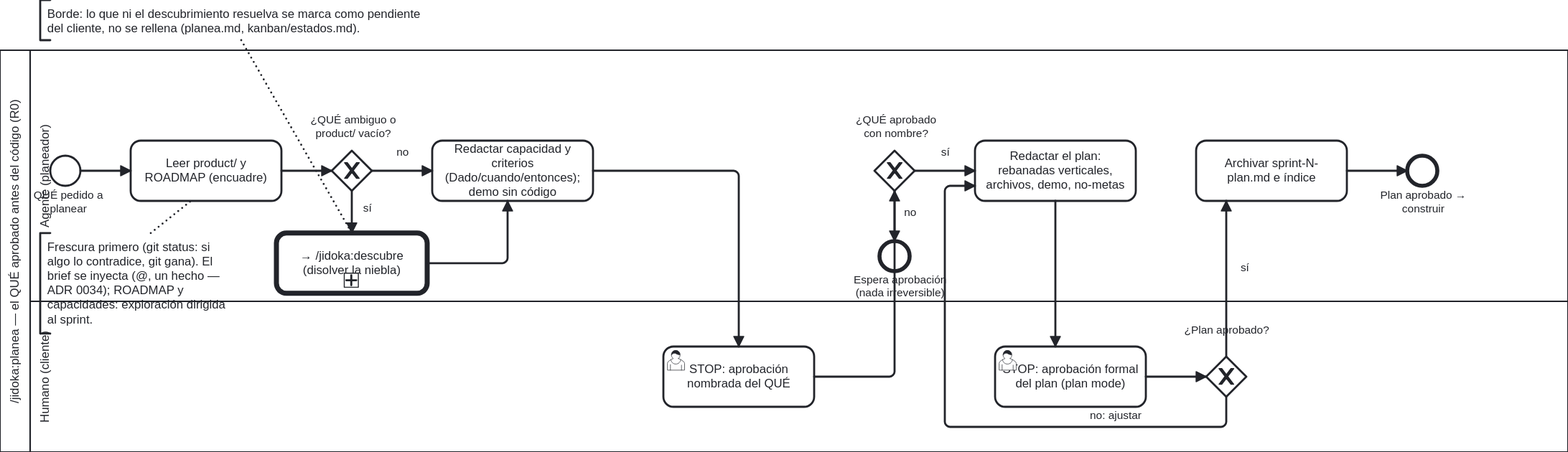
Earlier version of the BPMN export docs/atlas/render/12-planea-as-is.svg (ArmandoMedina/jidoka). Its source is kept beside it as docs/atlas/10-ritual/12-planea-as-is.bpmn. Ids are renumbered. The source it was exported from:
```xml
<bpmn:definitions xmlns:bpmn="http://www.omg.org/spec/BPMN/20100524/MODEL" xmlns:bpmndi="http://www.omg.org/spec/BPMN/20100524/DI" xmlns:dc="http://www.omg.org/spec/DD/20100524/DC" xmlns:di="http://www.omg.org/spec/DD/20100524/DI" xmlns:xsi="http://www.w3.org/2001/XMLSchema-instance" id="Definitions_12_Planea" targetNamespace="https://github.com/ArmandoMedina/jidoka/process-atlas" exporter="Jidoka Atlas" exporterVersion="0.3" xmlns:modeler="http://camunda.org/schema/modeler/1.0" modeler:executionPlatform="Camunda Platform" modeler:executionPlatformVersion="7.18.0">
  <bpmn:collaboration id="Collab_Planea">
    <bpmn:participant id="Pool_Planea" name="/jidoka:planea — el QUÉ aprobado antes del código (R0)" processRef="Process_Planea"/>
  </bpmn:collaboration>
  <bpmn:process id="Process_Planea" name="/jidoka:planea — diseñar el sprint con R0 y STOP" isExecutable="false">
    <bpmn:documentation>Fuente: .claude/commands/jidoka/planea.md. Carriles: el Agente lee, redacta y planea; el Humano aprueba DOS veces — el QUÉ con nombre antes del CÓMO (R0), y el plan formal (plan mode) antes de archivarlo ("al aprobarse, el plan se archiva"). Un plan rechazado se ajusta y se re-presenta, no se archiva.</bpmn:documentation>
    <bpmn:laneSet id="LaneSet_Planea">
      <bpmn:lane id="Lane_Agente" name="Agente (planeador)">
        <bpmn:flowNodeRef>Start</bpmn:flowNodeRef>
        <bpmn:flowNodeRef>T_Leer</bpmn:flowNodeRef>
        <bpmn:flowNodeRef>Gw_Niebla</bpmn:flowNodeRef>
        <bpmn:flowNodeRef>T_Criterios</bpmn:flowNodeRef>
        <bpmn:flowNodeRef>Gw_Aprob</bpmn:flowNodeRef>
        <bpmn:flowNodeRef>T_Plan</bpmn:flowNodeRef>
        <bpmn:flowNodeRef>T_Archivar</bpmn:flowNodeRef>
        <bpmn:flowNodeRef>Call_Descubre</bpmn:flowNodeRef>
        <bpmn:flowNodeRef>End_Espera</bpmn:flowNodeRef>
        <bpmn:flowNodeRef>End_Construir</bpmn:flowNodeRef>
      </bpmn:lane>
      <bpmn:lane id="Lane_Humano" name="Humano (cliente)">
        <bpmn:flowNodeRef>U_Aprobar</bpmn:flowNodeRef>
        <bpmn:flowNodeRef>U_AprobarPlan</bpmn:flowNodeRef>
        <bpmn:flowNodeRef>Gw_PlanAprob</bpmn:flowNodeRef>
      </bpmn:lane>
    </bpmn:laneSet>
    <bpmn:startEvent id="Start" name="QUÉ pedido a planear">
      <bpmn:outgoing>f1</bpmn:outgoing>
    </bpmn:startEvent>
    <bpmn:task id="T_Leer" name="Leer product/ y ROADMAP (encuadre)">
      <bpmn:incoming>f1</bpmn:incoming>
      <bpmn:outgoing>f2</bpmn:outgoing>
    </bpmn:task>
    <bpmn:exclusiveGateway id="Gw_Niebla" name="¿QUÉ ambiguo o product/ vacío?">
      <bpmn:incoming>f2</bpmn:incoming>
      <bpmn:outgoing>f_si_niebla</bpmn:outgoing>
      <bpmn:outgoing>f_no_niebla</bpmn:outgoing>
    </bpmn:exclusiveGateway>
    <bpmn:callActivity id="Call_Descubre" name="→ /jidoka:descubre (disolver la niebla)" calledElement="Process_Descubre">
      <bpmn:documentation>Proceso externo: Process_Descubre | Archivo: 10-ritual/11-descubre-as-is.bpmn</bpmn:documentation>
      <bpmn:incoming>f_si_niebla</bpmn:incoming>
      <bpmn:outgoing>f_descubre_crit</bpmn:outgoing>
    </bpmn:callActivity>
    <bpmn:task id="T_Criterios" name="Redactar capacidad y criterios (Dado/cuando/entonces); demo sin código">
      <bpmn:incoming>f_no_niebla</bpmn:incoming>
      <bpmn:incoming>f_descubre_crit</bpmn:incoming>
      <bpmn:outgoing>f_crit_aprob</bpmn:outgoing>
    </bpmn:task>
    <bpmn:userTask id="U_Aprobar" name="STOP: aprobación nombrada del QUÉ">
      <bpmn:incoming>f_crit_aprob</bpmn:incoming>
      <bpmn:outgoing>f_aprob_gw</bpmn:outgoing>
    </bpmn:userTask>
    <bpmn:exclusiveGateway id="Gw_Aprob" name="¿QUÉ aprobado con nombre?">
      <bpmn:incoming>f_aprob_gw</bpmn:incoming>
      <bpmn:outgoing>f_no_aprob</bpmn:outgoing>
      <bpmn:outgoing>f_si_aprob</bpmn:outgoing>
    </bpmn:exclusiveGateway>
    <bpmn:endEvent id="End_Espera" name="Espera aprobación (nada irreversible)">
      <bpmn:incoming>f_no_aprob</bpmn:incoming>
    </bpmn:endEvent>
    <bpmn:task id="T_Plan" name="Redactar el plan: rebanadas verticales, archivos, demo, no-metas">
      <bpmn:incoming>f_si_aprob</bpmn:incoming>
      <bpmn:incoming>f_gw2_no</bpmn:incoming>
      <bpmn:outgoing>f_plan_uaprob</bpmn:outgoing>
    </bpmn:task>
    <bpmn:userTask id="U_AprobarPlan" name="STOP: aprobación formal del plan (plan mode)">
      <bpmn:incoming>f_plan_uaprob</bpmn:incoming>
      <bpmn:outgoing>f_uaprob_gw2</bpmn:outgoing>
    </bpmn:userTask>
    <bpmn:exclusiveGateway id="Gw_PlanAprob" name="¿Plan aprobado?">
      <bpmn:incoming>f_uaprob_gw2</bpmn:incoming>
      <bpmn:outgoing>f_gw2_si</bpmn:outgoing>
      <bpmn:outgoing>f_gw2_no</bpmn:outgoing>
    </bpmn:exclusiveGateway>
    <bpmn:task id="T_Archivar" name="Archivar sprint-N-plan.md e índice">
      <bpmn:incoming>f_gw2_si</bpmn:incoming>
      <bpmn:outgoing>f_arch_end</bpmn:outgoing>
    </bpmn:task>
    <bpmn:endEvent id="End_Construir" name="Plan aprobado → construir">
      <bpmn:incoming>f_arch_end</bpmn:incoming>
    </bpmn:endEvent>
    <bpmn:sequenceFlow id="f1" sourceRef="Start" targetRef="T_Leer"/>
    <bpmn:sequenceFlow id="f2" sourceRef="T_Leer" targetRef="Gw_Niebla"/>
    <bpmn:sequenceFlow id="f_si_niebla" name="sí" sourceRef="Gw_Niebla" targetRef="Call_Descubre"/>
    <bpmn:sequenceFlow id="f_no_niebla" name="no" sourceRef="Gw_Niebla" targetRef="T_Criterios"/>
    <bpmn:sequenceFlow id="f_descubre_crit" sourceRef="Call_Descubre" targetRef="T_Criterios"/>
    <bpmn:sequenceFlow id="f_crit_aprob" sourceRef="T_Criterios" targetRef="U_Aprobar"/>
    <bpmn:sequenceFlow id="f_aprob_gw" sourceRef="U_Aprobar" targetRef="Gw_Aprob"/>
    <bpmn:sequenceFlow id="f_no_aprob" name="no" sourceRef="Gw_Aprob" targetRef="End_Espera"/>
    <bpmn:sequenceFlow id="f_si_aprob" name="sí" sourceRef="Gw_Aprob" targetRef="T_Plan"/>
    <bpmn:sequenceFlow id="f_plan_uaprob" sourceRef="T_Plan" targetRef="U_AprobarPlan"/>
    <bpmn:sequenceFlow id="f_uaprob_gw2" sourceRef="U_AprobarPlan" targetRef="Gw_PlanAprob"/>
    <bpmn:sequenceFlow id="f_gw2_si" name="sí" sourceRef="Gw_PlanAprob" targetRef="T_Archivar"/>
    <bpmn:sequenceFlow id="f_gw2_no" name="no: ajustar" sourceRef="Gw_PlanAprob" targetRef="T_Plan"/>
    <bpmn:sequenceFlow id="f_arch_end" sourceRef="T_Archivar" targetRef="End_Construir"/>
    <bpmn:textAnnotation id="Ann_Pendiente">
      <bpmn:text>Borde: lo que ni el descubrimiento resuelva se marca como pendiente del cliente, no se rellena (planea.md, kanban/estados.md).</bpmn:text>
    </bpmn:textAnnotation>
    <bpmn:association id="Assoc_Pendiente" sourceRef="Ann_Pendiente" targetRef="Call_Descubre"/>
    <bpmn:textAnnotation id="Ann_Leer">
      <bpmn:text>Frescura primero (git status: si algo lo contradice, git gana). El brief se inyecta (@, un hecho — ADR 0034); ROADMAP y capacidades: exploración dirigida al sprint.</bpmn:text>
    </bpmn:textAnnotation>
    <bpmn:association id="Assoc_Leer" sourceRef="Ann_Leer" targetRef="T_Leer"/>
  </bpmn:process>
  <bpmndi:BPMNDiagram id="Diagram_12_Planea">
    <bpmndi:BPMNPlane id="Plane_12_Planea" bpmnElement="Collab_Planea">
      <bpmndi:BPMNShape id="S_Pool" bpmnElement="Pool_Planea" isHorizontal="true">
        <dc:Bounds x="160" y="80" width="1560" height="400"/>
      </bpmndi:BPMNShape>
      <bpmndi:BPMNShape id="S_LaneA" bpmnElement="Lane_Agente" isHorizontal="true">
        <dc:Bounds x="190" y="80" width="1530" height="250"/>
      </bpmndi:BPMNShape>
      <bpmndi:BPMNShape id="S_LaneH" bpmnElement="Lane_Humano" isHorizontal="true">
        <dc:Bounds x="190" y="330" width="1530" height="150"/>
      </bpmndi:BPMNShape>
      <bpmndi:BPMNShape id="S_Start" bpmnElement="Start">
        <dc:Bounds x="210" y="185" width="30" height="30"/>
        <bpmndi:BPMNLabel><dc:Bounds x="188" y="218" width="80" height="27"/></bpmndi:BPMNLabel>
      </bpmndi:BPMNShape>
      <bpmndi:BPMNShape id="S_TLeer" bpmnElement="T_Leer">
        <dc:Bounds x="290" y="170" width="150" height="60"/>
      </bpmndi:BPMNShape>
      <bpmndi:BPMNShape id="S_GwNiebla" bpmnElement="Gw_Niebla" isMarkerVisible="true">
        <dc:Bounds x="490" y="180" width="40" height="40"/>
        <bpmndi:BPMNLabel><dc:Bounds x="475" y="143" width="72" height="27"/></bpmndi:BPMNLabel>
      </bpmndi:BPMNShape>
      <bpmndi:BPMNShape id="S_CallDescubre" bpmnElement="Call_Descubre">
        <dc:Bounds x="435" y="262" width="150" height="60"/>
      </bpmndi:BPMNShape>
      <bpmndi:BPMNShape id="S_TCriterios" bpmnElement="T_Criterios">
        <dc:Bounds x="590" y="170" width="160" height="60"/>
      </bpmndi:BPMNShape>
      <bpmndi:BPMNShape id="S_UAprobar" bpmnElement="U_Aprobar">
        <dc:Bounds x="820" y="375" width="150" height="60"/>
      </bpmndi:BPMNShape>
      <bpmndi:BPMNShape id="S_GwAprob" bpmnElement="Gw_Aprob" isMarkerVisible="true">
        <dc:Bounds x="1030" y="180" width="40" height="40"/>
        <bpmndi:BPMNLabel><dc:Bounds x="1015" y="143" width="72" height="27"/></bpmndi:BPMNLabel>
      </bpmndi:BPMNShape>
      <bpmndi:BPMNShape id="S_EndEspera" bpmnElement="End_Espera">
        <dc:Bounds x="1035" y="270" width="30" height="30"/>
        <bpmndi:BPMNLabel><dc:Bounds x="1005" y="302" width="100" height="27"/></bpmndi:BPMNLabel>
      </bpmndi:BPMNShape>
      <bpmndi:BPMNShape id="S_TPlan" bpmnElement="T_Plan">
        <dc:Bounds x="1130" y="170" width="160" height="60"/>
      </bpmndi:BPMNShape>
      <bpmndi:BPMNShape id="S_UAprobarPlan" bpmnElement="U_AprobarPlan">
        <dc:Bounds x="1150" y="375" width="150" height="60"/>
      </bpmndi:BPMNShape>
      <bpmndi:BPMNShape id="S_GwPlanAprob" bpmnElement="Gw_PlanAprob" isMarkerVisible="true">
        <dc:Bounds x="1360" y="385" width="40" height="40"/>
        <bpmndi:BPMNLabel><dc:Bounds x="1340" y="352" width="80" height="14"/></bpmndi:BPMNLabel>
      </bpmndi:BPMNShape>
      <bpmndi:BPMNShape id="S_TArchivar" bpmnElement="T_Archivar">
        <dc:Bounds x="1350" y="170" width="150" height="60"/>
      </bpmndi:BPMNShape>
      <bpmndi:BPMNShape id="S_EndConstruir" bpmnElement="End_Construir">
        <dc:Bounds x="1560" y="185" width="30" height="30"/>
        <bpmndi:BPMNLabel><dc:Bounds x="1535" y="218" width="82" height="27"/></bpmndi:BPMNLabel>
      </bpmndi:BPMNShape>
      <bpmndi:BPMNEdge id="E_f1" bpmnElement="f1">
        <di:waypoint x="240" y="200"/>
        <di:waypoint x="290" y="200"/>
      </bpmndi:BPMNEdge>
      <bpmndi:BPMNEdge id="E_f2" bpmnElement="f2">
        <di:waypoint x="440" y="200"/>
        <di:waypoint x="490" y="200"/>
      </bpmndi:BPMNEdge>
      <bpmndi:BPMNEdge id="E_f_si_niebla" bpmnElement="f_si_niebla">
        <di:waypoint x="510" y="220"/>
        <di:waypoint x="510" y="262"/>
      </bpmndi:BPMNEdge>
      <bpmndi:BPMNEdge id="E_f_no_niebla" bpmnElement="f_no_niebla">
        <di:waypoint x="530" y="200"/>
        <di:waypoint x="590" y="200"/>
      </bpmndi:BPMNEdge>
      <bpmndi:BPMNEdge id="E_f_descubre_crit" bpmnElement="f_descubre_crit">
        <di:waypoint x="585" y="292"/>
        <di:waypoint x="665" y="292"/>
        <di:waypoint x="665" y="230"/>
      </bpmndi:BPMNEdge>
      <bpmndi:BPMNEdge id="E_f_crit_aprob" bpmnElement="f_crit_aprob">
        <di:waypoint x="750" y="200"/>
        <di:waypoint x="895" y="200"/>
        <di:waypoint x="895" y="375"/>
      </bpmndi:BPMNEdge>
      <bpmndi:BPMNEdge id="E_f_aprob_gw" bpmnElement="f_aprob_gw">
        <di:waypoint x="970" y="405"/>
        <di:waypoint x="1050" y="405"/>
        <di:waypoint x="1050" y="220"/>
      </bpmndi:BPMNEdge>
      <bpmndi:BPMNEdge id="E_f_no_aprob" bpmnElement="f_no_aprob">
        <di:waypoint x="1050" y="220"/>
        <di:waypoint x="1050" y="270"/>
      </bpmndi:BPMNEdge>
      <bpmndi:BPMNEdge id="E_f_si_aprob" bpmnElement="f_si_aprob">
        <di:waypoint x="1070" y="200"/>
        <di:waypoint x="1130" y="200"/>
      </bpmndi:BPMNEdge>
      <bpmndi:BPMNEdge id="E_f_plan_uaprob" bpmnElement="f_plan_uaprob">
        <di:waypoint x="1210" y="230"/>
        <di:waypoint x="1210" y="375"/>
      </bpmndi:BPMNEdge>
      <bpmndi:BPMNEdge id="E_f_uaprob_gw2" bpmnElement="f_uaprob_gw2">
        <di:waypoint x="1300" y="405"/>
        <di:waypoint x="1360" y="405"/>
      </bpmndi:BPMNEdge>
      <bpmndi:BPMNEdge id="E_f_gw2_si" bpmnElement="f_gw2_si">
        <di:waypoint x="1380" y="385"/>
        <di:waypoint x="1380" y="230"/>
        <bpmndi:BPMNLabel><dc:Bounds x="1388" y="290" width="20" height="14"/></bpmndi:BPMNLabel>
      </bpmndi:BPMNEdge>
      <bpmndi:BPMNEdge id="E_f_gw2_no" bpmnElement="f_gw2_no">
        <di:waypoint x="1380" y="425"/>
        <di:waypoint x="1380" y="455"/>
        <di:waypoint x="1100" y="455"/>
        <di:waypoint x="1100" y="215"/>
        <di:waypoint x="1130" y="215"/>
        <bpmndi:BPMNLabel><dc:Bounds x="1240" y="437" width="60" height="14"/></bpmndi:BPMNLabel>
      </bpmndi:BPMNEdge>
      <bpmndi:BPMNEdge id="E_f_arch_end" bpmnElement="f_arch_end">
        <di:waypoint x="1500" y="200"/>
        <di:waypoint x="1560" y="200"/>
      </bpmndi:BPMNEdge>
      <bpmndi:BPMNShape id="Shape_Ann_Pendiente" bpmnElement="Ann_Pendiente">
        <dc:Bounds x="200" y="30" width="400" height="40"/>
      </bpmndi:BPMNShape>
      <bpmndi:BPMNShape id="Shape_Ann_Leer" bpmnElement="Ann_Leer">
        <dc:Bounds x="200" y="262" width="200" height="100"/>
      </bpmndi:BPMNShape>
      <bpmndi:BPMNEdge id="Edge_Assoc_Leer" bpmnElement="Assoc_Leer">
        <di:waypoint x="310" y="262"/>
        <di:waypoint x="350" y="230"/>
      </bpmndi:BPMNEdge>
      <bpmndi:BPMNEdge id="Edge_Assoc_Pendiente" bpmnElement="Assoc_Pendiente">
        <di:waypoint x="400" y="70"/>
        <di:waypoint x="510" y="262"/>
      </bpmndi:BPMNEdge>
    </bpmndi:BPMNPlane>
  </bpmndi:BPMNDiagram>
</bpmn:definitions>
```
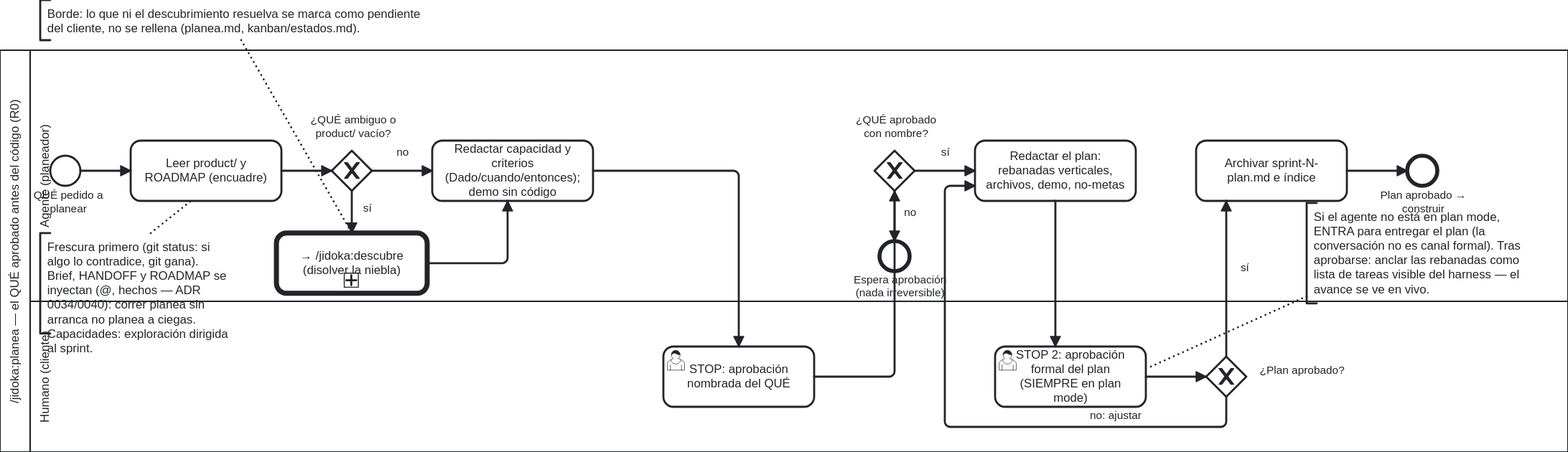
Later version of the same file.

Commit message:
feat(planea): plan mode siempre, poliza @HANDOFF+@ROADMAP y el plan anclado a la vista

What changed in the source:
```diff
@@ -62,7 +62,7 @@
       <bpmn:incoming>f_gw2_no</bpmn:incoming>
       <bpmn:outgoing>f_plan_uaprob</bpmn:outgoing>
     </bpmn:task>
-    <bpmn:userTask id="U_AprobarPlan" name="STOP: aprobación formal del plan (plan mode)">
+    <bpmn:userTask id="U_AprobarPlan" name="STOP 2: aprobación formal del plan (SIEMPRE en plan mode)">
       <bpmn:incoming>f_plan_uaprob</bpmn:incoming>
       <bpmn:outgoing>f_uaprob_gw2</bpmn:outgoing>
     </bpmn:userTask>
@@ -96,8 +96,12 @@
       <bpmn:text>Borde: lo que ni el descubrimiento resuelva se marca como pendiente del cliente, no se rellena (planea.md, kanban/estados.md).</bpmn:text>
     </bpmn:textAnnotation>
     <bpmn:association id="Assoc_Pendiente" sourceRef="Ann_Pendiente" targetRef="Call_Descubre"/>
+    <bpmn:textAnnotation id="Ann_Anclar">
+      <bpmn:text>Si el agente no está en plan mode, ENTRA para entregar el plan (la conversación no es canal formal). Tras aprobarse: anclar las rebanadas como lista de tareas visible del harness — el avance se ve en vivo.</bpmn:text>
+    </bpmn:textAnnotation>
+    <bpmn:association id="Assoc_Anclar" sourceRef="Ann_Anclar" targetRef="U_AprobarPlan"/>
     <bpmn:textAnnotation id="Ann_Leer">
-      <bpmn:text>Frescura primero (git status: si algo lo contradice, git gana). El brief se inyecta (@, un hecho — ADR 0034); ROADMAP y capacidades: exploración dirigida al sprint.</bpmn:text>
+      <bpmn:text>Frescura primero (git status: si algo lo contradice, git gana). Brief, HANDOFF y ROADMAP se inyectan (@, hechos — ADR 0034/0040): correr planea sin arranca no planea a ciegas. Capacidades: exploración dirigida al sprint.</bpmn:text>
     </bpmn:textAnnotation>
     <bpmn:association id="Assoc_Leer" sourceRef="Ann_Leer" targetRef="T_Leer"/>
   </bpmn:process>
@@ -146,9 +150,16 @@
       <bpmndi:BPMNShape id="S_UAprobarPlan" bpmnElement="U_AprobarPlan">
         <dc:Bounds x="1150" y="375" width="150" height="60"/>
       </bpmndi:BPMNShape>
+      <bpmndi:BPMNShape id="Shape_Ann_Anclar" bpmnElement="Ann_Anclar">
+        <dc:Bounds x="1460" y="232" width="230" height="100"/>
+      </bpmndi:BPMNShape>
+      <bpmndi:BPMNEdge id="Edge_Assoc_Anclar" bpmnElement="Assoc_Anclar">
+        <di:waypoint x="1460" y="325"/>
+        <di:waypoint x="1305" y="395"/>
+      </bpmndi:BPMNEdge>
       <bpmndi:BPMNShape id="S_GwPlanAprob" bpmnElement="Gw_PlanAprob" isMarkerVisible="true">
         <dc:Bounds x="1360" y="385" width="40" height="40"/>
-        <bpmndi:BPMNLabel><dc:Bounds x="1340" y="352" width="80" height="14"/></bpmndi:BPMNLabel>
+        <bpmndi:BPMNLabel><dc:Bounds x="1408" y="392" width="95" height="14"/></bpmndi:BPMNLabel>
       </bpmndi:BPMNShape>
       <bpmndi:BPMNShape id="S_TArchivar" bpmnElement="T_Archivar">
         <dc:Bounds x="1350" y="170" width="150" height="60"/>
```
